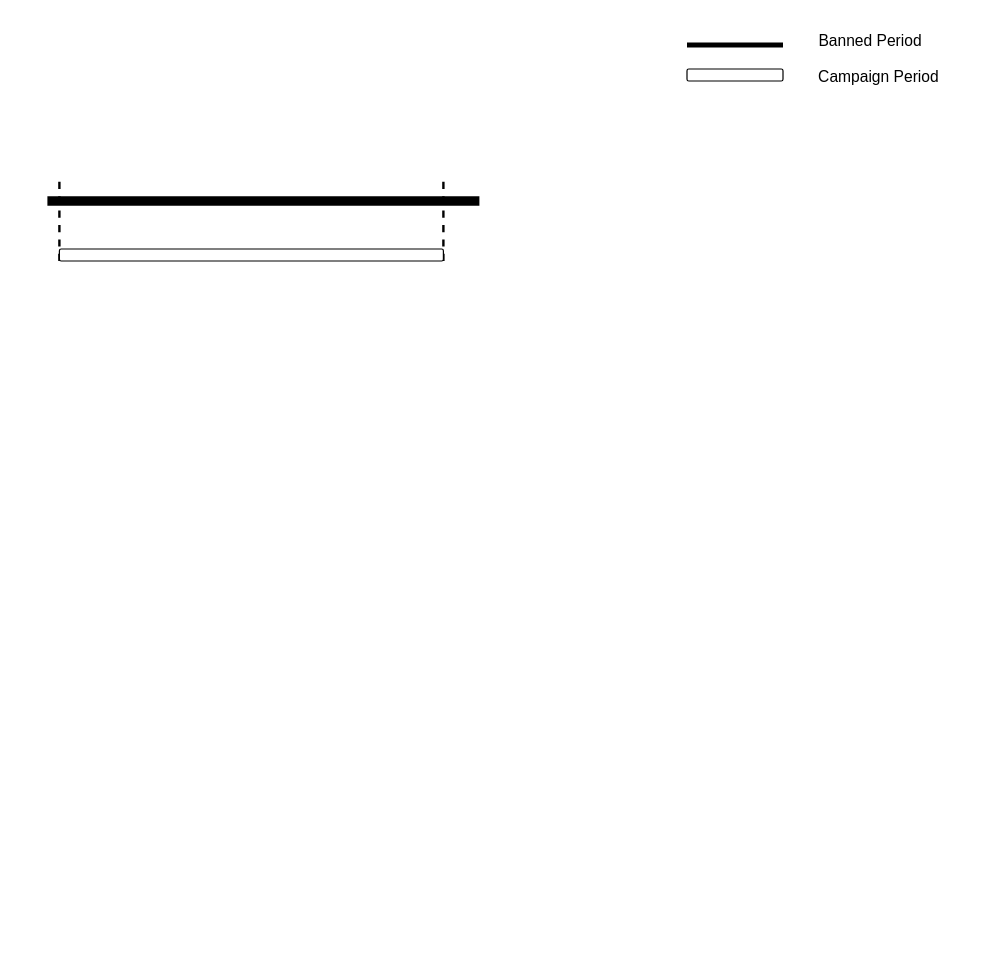
The draw.io diagram game_blacklist_cover.drawio in EricLuoisme/own-diagrams-draw-io, before the edit. Source tidied: cells renumbered, new cells numbered last; positions are measured from the earlier drawing's top-left corner, leaving out a move shared by most shapes. Both pictures are drawn from the tidied source at 120%, with x=0, y=0 at pixel (47, 20).
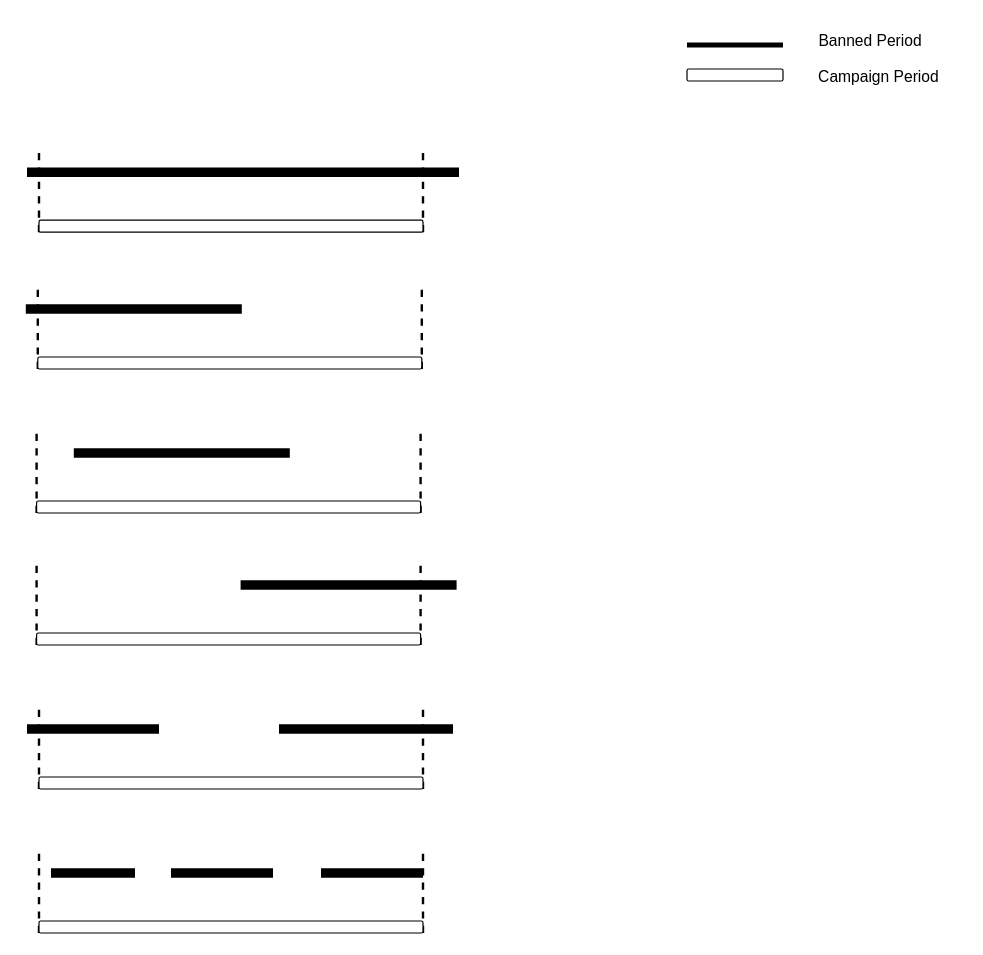
After the change.

What changed in the source:
```diff
@@
     <mxCell id="2" style="endArrow=none;html=1;rounded=0;strokeWidth=8;" parent="1" edge="1">
       <mxGeometry relative="1" as="geometry">
-        <mxPoint y="150" as="sourcePoint" />
-        <mxPoint x="360" y="150" as="targetPoint" />
+        <mxPoint x="-17" y="126" as="sourcePoint" />
+        <mxPoint x="343" y="126" as="targetPoint" />
       </mxGeometry>
     </mxCell>
     <mxCell id="3" style="endArrow=none;html=1;rounded=0;dashed=1;strokeWidth=2;" parent="1" edge="1">
       <mxGeometry relative="1" as="geometry">
-        <mxPoint x="10" y="200" as="sourcePoint" />
-        <mxPoint x="10" y="130" as="targetPoint" />
+        <mxPoint x="-7" y="176" as="sourcePoint" />
+        <mxPoint x="-7" y="106" as="targetPoint" />
       </mxGeometry>
     </mxCell>
     <mxCell id="4" style="endArrow=none;html=1;rounded=0;dashed=1;strokeWidth=2;" parent="1" edge="1">
       <mxGeometry relative="1" as="geometry">
-        <mxPoint x="330" y="200" as="sourcePoint" />
-        <mxPoint x="330" y="130" as="targetPoint" />
+        <mxPoint x="313" y="176" as="sourcePoint" />
+        <mxPoint x="313" y="106" as="targetPoint" />
       </mxGeometry>
     </mxCell>
     <mxCell id="5" style="rounded=1;whiteSpace=wrap;html=1;" parent="1" vertex="1">
-      <mxGeometry x="10" y="190" width="320" height="10" as="geometry" />
+      <mxGeometry x="-7" y="166" width="320" height="10" as="geometry" />
     </mxCell>
@@
+    <mxCell id="10" style="endArrow=none;html=1;rounded=0;strokeWidth=8;" parent="1" edge="1">
+      <mxGeometry relative="1" as="geometry">
+        <mxPoint x="-18" y="240" as="sourcePoint" />
+        <mxPoint x="162" y="240" as="targetPoint" />
+      </mxGeometry>
+    </mxCell>
+    <mxCell id="11" style="endArrow=none;html=1;rounded=0;dashed=1;strokeWidth=2;" parent="1" edge="1">
+      <mxGeometry relative="1" as="geometry">
+        <mxPoint x="-8" y="290" as="sourcePoint" />
+        <mxPoint x="-8" y="220" as="targetPoint" />
+      </mxGeometry>
+    </mxCell>
+    <mxCell id="12" style="endArrow=none;html=1;rounded=0;dashed=1;strokeWidth=2;" parent="1" edge="1">
+      <mxGeometry relative="1" as="geometry">
+        <mxPoint x="312" y="290" as="sourcePoint" />
+        <mxPoint x="312" y="220" as="targetPoint" />
+      </mxGeometry>
+    </mxCell>
+    <mxCell id="13" style="rounded=1;whiteSpace=wrap;html=1;" parent="1" vertex="1">
+      <mxGeometry x="-8" y="280" width="320" height="10" as="geometry" />
+    </mxCell>
+    <mxCell id="14" style="endArrow=none;html=1;rounded=0;strokeWidth=8;" parent="1" edge="1">
+      <mxGeometry relative="1" as="geometry">
+        <mxPoint x="22" y="360" as="sourcePoint" />
+        <mxPoint x="202" y="360" as="targetPoint" />
+      </mxGeometry>
+    </mxCell>
+    <mxCell id="15" style="endArrow=none;html=1;rounded=0;dashed=1;strokeWidth=2;" parent="1" edge="1">
+      <mxGeometry relative="1" as="geometry">
+        <mxPoint x="-9" y="410" as="sourcePoint" />
+        <mxPoint x="-9" y="340" as="targetPoint" />
+      </mxGeometry>
+    </mxCell>
+    <mxCell id="16" style="endArrow=none;html=1;rounded=0;dashed=1;strokeWidth=2;" parent="1" edge="1">
+      <mxGeometry relative="1" as="geometry">
+        <mxPoint x="311" y="410" as="sourcePoint" />
+        <mxPoint x="311" y="340" as="targetPoint" />
+      </mxGeometry>
+    </mxCell>
+    <mxCell id="17" style="rounded=1;whiteSpace=wrap;html=1;" parent="1" vertex="1">
+      <mxGeometry x="-9" y="400" width="320" height="10" as="geometry" />
+    </mxCell>
+    <mxCell id="18" style="endArrow=none;html=1;rounded=0;strokeWidth=8;" parent="1" edge="1">
+      <mxGeometry relative="1" as="geometry">
+        <mxPoint x="161" y="470" as="sourcePoint" />
+        <mxPoint x="341" y="470" as="targetPoint" />
+      </mxGeometry>
+    </mxCell>
+    <mxCell id="19" style="endArrow=none;html=1;rounded=0;dashed=1;strokeWidth=2;" parent="1" edge="1">
+      <mxGeometry relative="1" as="geometry">
+        <mxPoint x="-9" y="520" as="sourcePoint" />
+        <mxPoint x="-9" y="450" as="targetPoint" />
+      </mxGeometry>
+    </mxCell>
+    <mxCell id="20" style="endArrow=none;html=1;rounded=0;dashed=1;strokeWidth=2;" parent="1" edge="1">
+      <mxGeometry relative="1" as="geometry">
+        <mxPoint x="311" y="520" as="sourcePoint" />
+        <mxPoint x="311" y="450" as="targetPoint" />
+      </mxGeometry>
+    </mxCell>
+    <mxCell id="21" style="rounded=1;whiteSpace=wrap;html=1;" parent="1" vertex="1">
+      <mxGeometry x="-9" y="510" width="320" height="10" as="geometry" />
+    </mxCell>
+    <mxCell id="22" style="endArrow=none;html=1;rounded=0;strokeWidth=8;" parent="1" edge="1">
+      <mxGeometry relative="1" as="geometry">
+        <mxPoint x="-17" y="590" as="sourcePoint" />
+        <mxPoint x="93" y="590" as="targetPoint" />
+        <Array as="points">
+          <mxPoint x="53" y="590" />
+        </Array>
+      </mxGeometry>
+    </mxCell>
+    <mxCell id="23" style="endArrow=none;html=1;rounded=0;dashed=1;strokeWidth=2;" parent="1" edge="1">
+      <mxGeometry relative="1" as="geometry">
+        <mxPoint x="-7" y="640" as="sourcePoint" />
+        <mxPoint x="-7" y="570" as="targetPoint" />
+      </mxGeometry>
+    </mxCell>
+    <mxCell id="24" style="endArrow=none;html=1;rounded=0;dashed=1;strokeWidth=2;" parent="1" edge="1">
+      <mxGeometry relative="1" as="geometry">
+        <mxPoint x="313" y="640" as="sourcePoint" />
+        <mxPoint x="313" y="570" as="targetPoint" />
+      </mxGeometry>
+    </mxCell>
+    <mxCell id="25" style="rounded=1;whiteSpace=wrap;html=1;" parent="1" vertex="1">
+      <mxGeometry x="-7" y="630" width="320" height="10" as="geometry" />
+    </mxCell>
+    <mxCell id="26" style="endArrow=none;html=1;rounded=0;strokeWidth=8;" parent="1" edge="1">
+      <mxGeometry relative="1" as="geometry">
+        <mxPoint x="253" y="590" as="sourcePoint" />
+        <mxPoint x="338" y="590" as="targetPoint" />
+        <Array as="points">
+          <mxPoint x="193" y="590" />
+          <mxPoint x="253" y="590" />
+        </Array>
+      </mxGeometry>
+    </mxCell>
+    <mxCell id="27" style="endArrow=none;html=1;rounded=0;strokeWidth=8;" parent="1" edge="1">
+      <mxGeometry relative="1" as="geometry">
+        <mxPoint x="3" y="710" as="sourcePoint" />
+        <mxPoint x="63" y="710" as="targetPoint" />
+        <Array as="points">
+          <mxPoint x="73" y="710" />
+        </Array>
+      </mxGeometry>
+    </mxCell>
+    <mxCell id="28" style="endArrow=none;html=1;rounded=0;dashed=1;strokeWidth=2;" parent="1" edge="1">
+      <mxGeometry relative="1" as="geometry">
+        <mxPoint x="-7" y="760" as="sourcePoint" />
+        <mxPoint x="-7" y="690" as="targetPoint" />
+      </mxGeometry>
+    </mxCell>
+    <mxCell id="29" style="endArrow=none;html=1;rounded=0;dashed=1;strokeWidth=2;" parent="1" edge="1">
+      <mxGeometry relative="1" as="geometry">
+        <mxPoint x="313" y="760" as="sourcePoint" />
+        <mxPoint x="313" y="690" as="targetPoint" />
+      </mxGeometry>
+    </mxCell>
+    <mxCell id="30" style="rounded=1;whiteSpace=wrap;html=1;" parent="1" vertex="1">
+      <mxGeometry x="-7" y="750" width="320" height="10" as="geometry" />
+    </mxCell>
+    <mxCell id="31" style="endArrow=none;html=1;rounded=0;strokeWidth=8;" parent="1" edge="1">
+      <mxGeometry relative="1" as="geometry">
+        <mxPoint x="103" y="710" as="sourcePoint" />
+        <mxPoint x="188" y="710" as="targetPoint" />
+        <Array as="points">
+          <mxPoint x="123" y="710" />
+          <mxPoint x="103" y="710" />
+        </Array>
+      </mxGeometry>
+    </mxCell>
+    <mxCell id="32" style="endArrow=none;html=1;rounded=0;strokeWidth=8;" parent="1" edge="1">
+      <mxGeometry relative="1" as="geometry">
+        <mxPoint x="228" y="710" as="sourcePoint" />
+        <mxPoint x="313" y="710" as="targetPoint" />
+        <Array as="points">
+          <mxPoint x="248" y="710" />
+          <mxPoint x="228" y="710" />
+          <mxPoint x="288" y="710" />
+        </Array>
+      </mxGeometry>
+    </mxCell>
```
